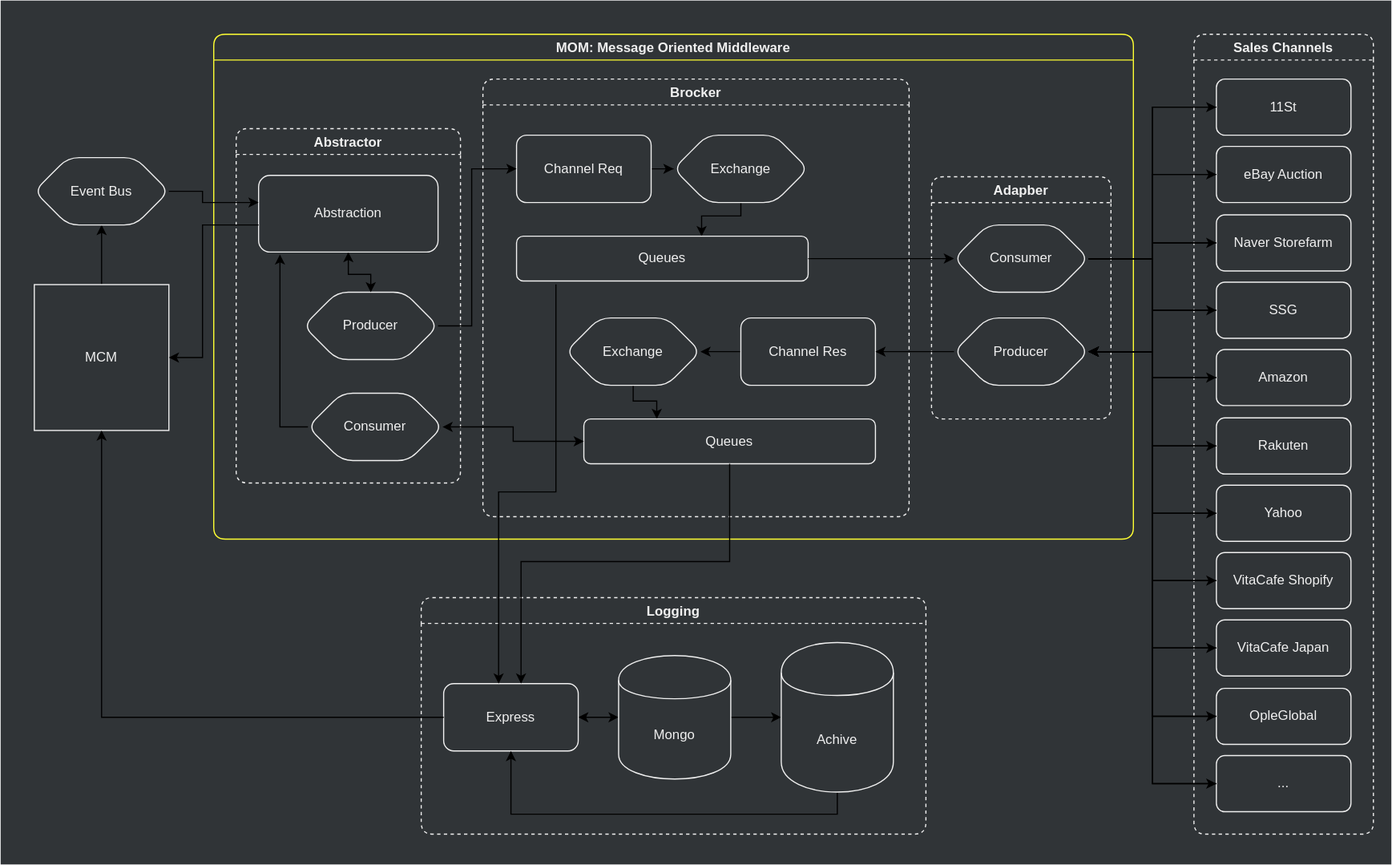
jiholee-ntwglobal/jiholee-ntwglobal.github.io keeps this draw.io diagram as assets/.draw.io/documents/mom-structure-diagram.svg. Above is the earlier version. Source tidied: cells renumbered, new cells last; positions are measured from the earlier drawing's top-left corner, leaving out a move shared by most shapes.
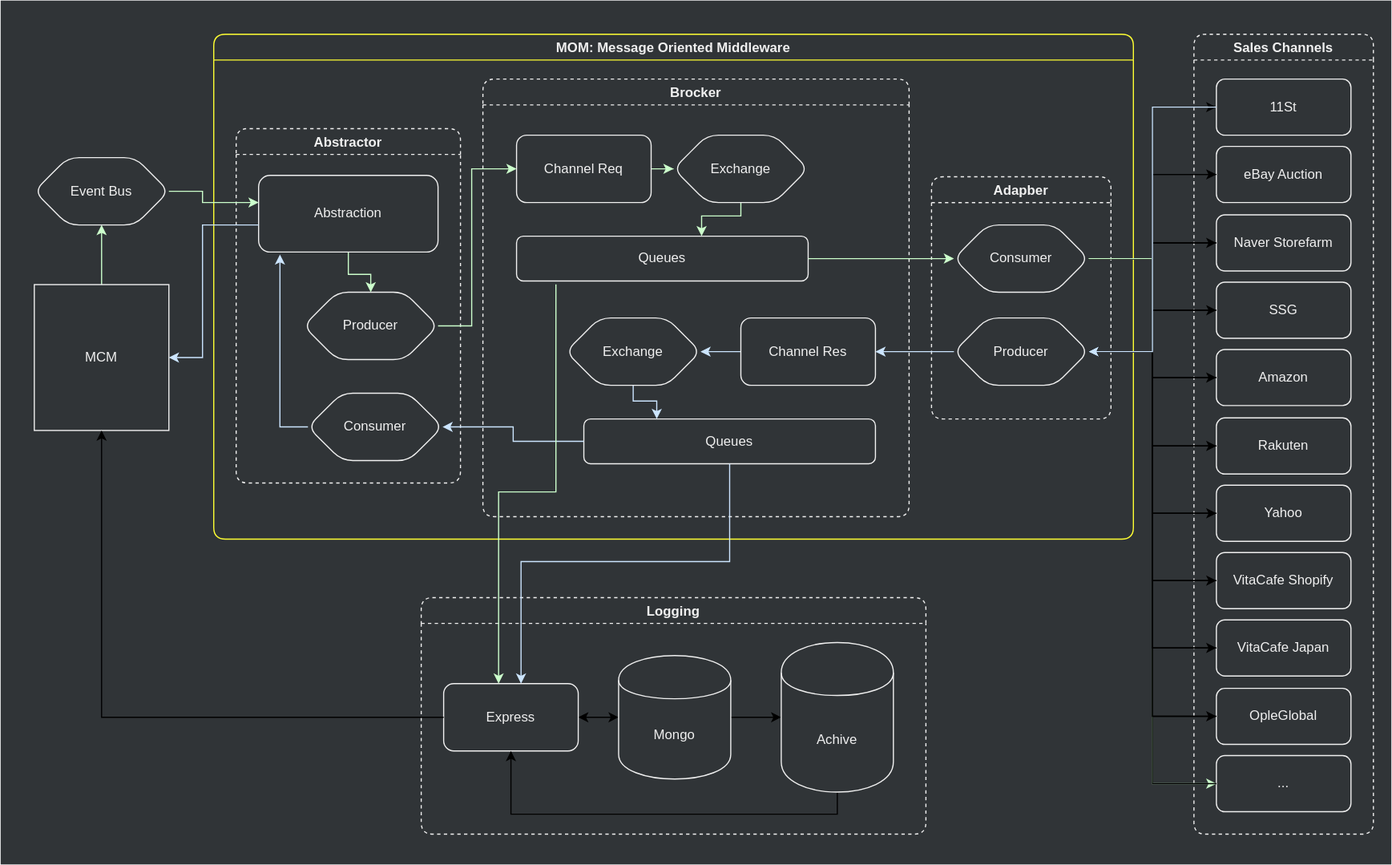
The same diagram one commit later.

Change to the diagram source:
```diff
@@ -12,7 +12,7 @@
     <mxCell id="5" value="Brocker" style="swimlane;rounded=1;fillColor=none;fontColor=#F0F0F0;strokeColor=#F0F0F0;dashed=1;" parent="4" vertex="1">
       <mxGeometry x="240" y="40" width="380" height="390" as="geometry" />
     </mxCell>
-    <mxCell id="6" style="edgeStyle=orthogonalEdgeStyle;rounded=0;jettySize=auto;html=1;startArrow=none;startFill=0;" parent="5" edge="1" source="7" target="12">
+    <mxCell id="6" style="edgeStyle=orthogonalEdgeStyle;rounded=0;jettySize=auto;html=1;startArrow=none;startFill=0;strokeColor=#CCFFCC;" parent="5" edge="1" source="7" target="12">
       <mxGeometry relative="1" as="geometry">
         <Array as="points">
           <mxPoint x="230" y="122" />
@@ -23,13 +23,13 @@
     <mxCell id="7" value="Exchange" style="shape=hexagon;perimeter=hexagonPerimeter2;whiteSpace=wrap;html=1;rounded=1;fillColor=none;fontColor=#F0F0F0;strokeColor=#F0F0F0;" parent="5" vertex="1">
       <mxGeometry x="170" y="50" width="120" height="60" as="geometry" />
     </mxCell>
-    <mxCell id="8" style="edgeStyle=orthogonalEdgeStyle;rounded=0;jettySize=auto;html=1;startArrow=none;startFill=0;" parent="5" edge="1" source="9" target="7">
+    <mxCell id="8" style="edgeStyle=orthogonalEdgeStyle;rounded=0;jettySize=auto;html=1;startArrow=none;startFill=0;strokeColor=#CCFFCC;" parent="5" edge="1" source="9" target="7">
       <mxGeometry relative="1" as="geometry" />
     </mxCell>
     <mxCell id="9" value="Channel Req" style="rounded=1;whiteSpace=wrap;html=1;fillColor=none;fontColor=#F0F0F0;strokeColor=#F0F0F0;" parent="5" vertex="1">
       <mxGeometry x="30" y="50" width="120" height="60" as="geometry" />
     </mxCell>
-    <mxCell id="10" style="edgeStyle=orthogonalEdgeStyle;rounded=0;jettySize=auto;html=1;entryX=1;entryY=0.5;entryDx=0;entryDy=0;startArrow=none;startFill=0;" parent="5" edge="1" source="11" target="14">
+    <mxCell id="10" style="edgeStyle=orthogonalEdgeStyle;rounded=0;jettySize=auto;html=1;entryX=1;entryY=0.5;entryDx=0;entryDy=0;startArrow=none;startFill=0;strokeColor=#CCE5FF;" parent="5" edge="1" source="11" target="14">
       <mxGeometry relative="1" as="geometry" />
     </mxCell>
     <mxCell id="11" value="Channel Res" style="rounded=1;whiteSpace=wrap;html=1;fillColor=none;fontColor=#F0F0F0;strokeColor=#F0F0F0;" parent="5" vertex="1">
@@ -38,7 +38,7 @@
     <mxCell id="12" value="Queues" style="rounded=1;whiteSpace=wrap;html=1;fillColor=none;fontColor=#F0F0F0;strokeColor=#F0F0F0;" parent="5" vertex="1">
       <mxGeometry x="30" y="140" width="260" height="40" as="geometry" />
     </mxCell>
-    <mxCell id="13" style="edgeStyle=orthogonalEdgeStyle;rounded=0;jettySize=auto;html=1;entryX=0.25;entryY=0;entryDx=0;entryDy=0;startArrow=none;startFill=0;" parent="5" edge="1" source="14" target="15">
+    <mxCell id="13" style="edgeStyle=orthogonalEdgeStyle;rounded=0;jettySize=auto;html=1;entryX=0.25;entryY=0;entryDx=0;entryDy=0;startArrow=none;startFill=0;strokeColor=#CCE5FF;" parent="5" edge="1" source="14" target="15">
       <mxGeometry relative="1" as="geometry">
         <Array as="points">
           <mxPoint x="134" y="287" />
@@ -58,13 +58,13 @@
     <mxCell id="17" value="Producer" style="shape=hexagon;perimeter=hexagonPerimeter2;whiteSpace=wrap;html=1;rounded=1;fillColor=none;fontColor=#F0F0F0;strokeColor=#F0F0F0;" parent="16" vertex="1">
       <mxGeometry x="60" y="145.8" width="120" height="60" as="geometry" />
     </mxCell>
-    <mxCell id="18" style="edgeStyle=orthogonalEdgeStyle;rounded=0;jettySize=auto;html=1;entryX=0.5;entryY=0;entryDx=0;entryDy=0;startArrow=classic;startFill=1;" parent="16" edge="1" source="19" target="17">
+    <mxCell id="18" style="edgeStyle=orthogonalEdgeStyle;rounded=0;jettySize=auto;html=1;entryX=0.5;entryY=0;entryDx=0;entryDy=0;startArrow=none;startFill=0;strokeColor=#CCFFCC;" parent="16" edge="1" source="19" target="17">
       <mxGeometry relative="1" as="geometry" />
     </mxCell>
     <mxCell id="19" value="Abstraction" style="rounded=1;whiteSpace=wrap;html=1;fillColor=none;fontColor=#F0F0F0;strokeColor=#F0F0F0;" parent="16" vertex="1">
       <mxGeometry x="20" y="41.7" width="160" height="68.3" as="geometry" />
     </mxCell>
-    <mxCell id="20" style="edgeStyle=orthogonalEdgeStyle;rounded=0;jettySize=auto;html=1;entryX=0.119;entryY=1.031;entryDx=0;entryDy=0;entryPerimeter=0;startArrow=none;startFill=0;exitX=0;exitY=0.5;exitDx=0;exitDy=0;" parent="16" edge="1" source="21" target="19">
+    <mxCell id="20" style="edgeStyle=orthogonalEdgeStyle;rounded=0;jettySize=auto;html=1;entryX=0.119;entryY=1.031;entryDx=0;entryDy=0;entryPerimeter=0;startArrow=none;startFill=0;exitX=0;exitY=0.5;exitDx=0;exitDy=0;strokeColor=#CCE5FF;" parent="16" edge="1" source="21" target="19">
       <mxGeometry relative="1" as="geometry" />
     </mxCell>
     <mxCell id="21" value="Consumer" style="shape=hexagon;perimeter=hexagonPerimeter2;whiteSpace=wrap;html=1;rounded=1;fillColor=none;fontColor=#F0F0F0;strokeColor=#F0F0F0;" parent="16" vertex="1">
@@ -79,7 +79,7 @@
     <mxCell id="24" value="Consumer" style="shape=hexagon;perimeter=hexagonPerimeter2;whiteSpace=wrap;html=1;rounded=1;fillColor=none;fontColor=#F0F0F0;strokeColor=#F0F0F0;" parent="22" vertex="1">
       <mxGeometry x="20" y="42.9" width="120" height="60" as="geometry" />
     </mxCell>
-    <mxCell id="25" style="edgeStyle=orthogonalEdgeStyle;rounded=0;jettySize=auto;html=1;entryX=0;entryY=0.5;entryDx=0;entryDy=0;startArrow=none;startFill=0;" parent="4" edge="1" source="17" target="9">
+    <mxCell id="25" style="edgeStyle=orthogonalEdgeStyle;rounded=0;jettySize=auto;html=1;entryX=0;entryY=0.5;entryDx=0;entryDy=0;startArrow=none;startFill=0;strokeColor=#CCFFCC;" parent="4" edge="1" source="17" target="9">
       <mxGeometry relative="1" as="geometry">
         <Array as="points">
           <mxPoint x="230" y="260" />
@@ -87,13 +87,13 @@
         </Array>
       </mxGeometry>
     </mxCell>
-    <mxCell id="26" style="edgeStyle=orthogonalEdgeStyle;rounded=0;jettySize=auto;html=1;entryX=0;entryY=0.5;entryDx=0;entryDy=0;startArrow=none;startFill=0;" parent="4" edge="1" source="12" target="24">
+    <mxCell id="26" style="edgeStyle=orthogonalEdgeStyle;rounded=0;jettySize=auto;html=1;entryX=0;entryY=0.5;entryDx=0;entryDy=0;startArrow=none;startFill=0;strokeColor=#CCFFCC;" parent="4" edge="1" source="12" target="24">
       <mxGeometry relative="1" as="geometry" />
     </mxCell>
-    <mxCell id="27" style="edgeStyle=orthogonalEdgeStyle;rounded=0;jettySize=auto;html=1;entryX=1;entryY=0.5;entryDx=0;entryDy=0;startArrow=none;startFill=0;" parent="4" edge="1" source="23" target="11">
+    <mxCell id="27" style="edgeStyle=orthogonalEdgeStyle;rounded=0;jettySize=auto;html=1;entryX=1;entryY=0.5;entryDx=0;entryDy=0;startArrow=none;startFill=0;strokeColor=#CCE5FF;" parent="4" edge="1" source="23" target="11">
       <mxGeometry relative="1" as="geometry" />
     </mxCell>
-    <mxCell id="28" style="edgeStyle=orthogonalEdgeStyle;rounded=0;jettySize=auto;html=1;entryX=1;entryY=0.5;entryDx=0;entryDy=0;startArrow=classic;startFill=1;" parent="4" edge="1" source="15" target="21">
+    <mxCell id="28" style="edgeStyle=orthogonalEdgeStyle;rounded=0;jettySize=auto;html=1;entryX=1;entryY=0.5;entryDx=0;entryDy=0;startArrow=none;startFill=0;strokeColor=#CCE5FF;" parent="4" edge="1" source="15" target="21">
       <mxGeometry relative="1" as="geometry" />
     </mxCell>
     <mxCell id="29" value="Logging" style="swimlane;rounded=1;fillColor=none;fontColor=#F0F0F0;strokeColor=#F0F0F0;dashed=1;" parent="3" vertex="1">
@@ -122,13 +122,13 @@
     <mxCell id="35" value="Achive" style="shape=cylinder;whiteSpace=wrap;html=1;boundedLbl=1;backgroundOutline=1;fillColor=none;fontColor=#F0F0F0;strokeColor=#F0F0F0;" parent="29" vertex="1">
       <mxGeometry x="321" y="40" width="100" height="133.3" as="geometry" />
     </mxCell>
-    <mxCell id="36" style="edgeStyle=orthogonalEdgeStyle;rounded=0;jettySize=auto;html=1;startArrow=none;startFill=0;exitX=0.5;exitY=0;exitDx=0;exitDy=0;" parent="3" edge="1" source="37" target="39">
+    <mxCell id="36" style="edgeStyle=orthogonalEdgeStyle;rounded=0;jettySize=auto;html=1;startArrow=none;startFill=0;exitX=0.5;exitY=0;exitDx=0;exitDy=0;strokeColor=#CCFFCC;" parent="3" edge="1" source="37" target="39">
       <mxGeometry relative="1" as="geometry" />
     </mxCell>
     <mxCell id="37" value="MCM" style="rounded=0;whiteSpace=wrap;html=1;fillColor=none;fontColor=#F0F0F0;strokeColor=#F0F0F0;" parent="3" vertex="1">
       <mxGeometry x="30" y="253.2" width="120" height="130" as="geometry" />
     </mxCell>
-    <mxCell id="38" style="edgeStyle=orthogonalEdgeStyle;rounded=0;jettySize=auto;html=1;startArrow=none;startFill=0;" parent="3" edge="1" source="39" target="19">
+    <mxCell id="38" style="edgeStyle=orthogonalEdgeStyle;rounded=0;jettySize=auto;html=1;startArrow=none;startFill=0;strokeColor=#CCFFCC;" parent="3" edge="1" source="39" target="19">
       <mxGeometry relative="1" as="geometry">
         <Array as="points">
           <mxPoint x="180" y="170" />
@@ -175,7 +175,7 @@
     <mxCell id="51" value="..." style="rounded=1;whiteSpace=wrap;html=1;fillColor=none;fontColor=#F0F0F0;strokeColor=#F0F0F0;" parent="40" vertex="1">
       <mxGeometry x="20" y="643" width="120" height="50" as="geometry" />
     </mxCell>
-    <mxCell id="52" style="edgeStyle=orthogonalEdgeStyle;rounded=0;jettySize=auto;html=1;exitX=0.135;exitY=1.075;exitDx=0;exitDy=0;exitPerimeter=0;" parent="3" edge="1" source="12" target="31">
+    <mxCell id="52" style="edgeStyle=orthogonalEdgeStyle;rounded=0;jettySize=auto;html=1;exitX=0.135;exitY=1.075;exitDx=0;exitDy=0;exitPerimeter=0;strokeColor=#CCFFCC;" parent="3" edge="1" source="12" target="31">
       <mxGeometry relative="1" as="geometry">
         <Array as="points">
           <mxPoint x="495" y="438" />
@@ -183,7 +183,7 @@
         </Array>
       </mxGeometry>
     </mxCell>
-    <mxCell id="53" style="edgeStyle=orthogonalEdgeStyle;rounded=0;jettySize=auto;html=1;" parent="3" edge="1" source="15" target="31">
+    <mxCell id="53" style="edgeStyle=orthogonalEdgeStyle;rounded=0;jettySize=auto;html=1;strokeColor=#CCE5FF;" parent="3" edge="1" source="15" target="31">
       <mxGeometry relative="1" as="geometry">
         <Array as="points">
           <mxPoint x="650" y="500" />
@@ -221,7 +221,7 @@
     <mxCell id="63" style="edgeStyle=orthogonalEdgeStyle;rounded=0;jettySize=auto;html=1;entryX=0;entryY=0.5;entryDx=0;entryDy=0;startArrow=none;startFill=0;" parent="3" edge="1" source="24" target="50">
       <mxGeometry relative="1" as="geometry" />
     </mxCell>
-    <mxCell id="64" style="edgeStyle=orthogonalEdgeStyle;rounded=0;jettySize=auto;html=1;entryX=0;entryY=0.5;entryDx=0;entryDy=0;startArrow=none;startFill=0;" parent="3" edge="1" source="24" target="51">
+    <mxCell id="64" style="edgeStyle=orthogonalEdgeStyle;rounded=0;jettySize=auto;html=1;entryX=0;entryY=0.5;entryDx=0;entryDy=0;startArrow=none;startFill=0;strokeColor=#CCFFCC;" parent="3" edge="1" source="24" target="51">
       <mxGeometry relative="1" as="geometry" />
     </mxCell>
     <mxCell id="65" style="edgeStyle=orthogonalEdgeStyle;rounded=0;jettySize=auto;html=1;entryX=1;entryY=0.5;entryDx=0;entryDy=0;startArrow=none;startFill=0;" parent="3" edge="1" source="51" target="23">
@@ -254,10 +254,10 @@
     <mxCell id="74" style="edgeStyle=orthogonalEdgeStyle;rounded=0;jettySize=auto;html=1;entryX=1;entryY=0.5;entryDx=0;entryDy=0;startArrow=none;startFill=0;" parent="3" edge="1" source="41" target="23">
       <mxGeometry relative="1" as="geometry" />
     </mxCell>
-    <mxCell id="75" style="edgeStyle=orthogonalEdgeStyle;rounded=0;jettySize=auto;html=1;entryX=1;entryY=0.5;entryDx=0;entryDy=0;startArrow=none;startFill=0;" parent="3" edge="1" source="42" target="23">
+    <mxCell id="75" style="edgeStyle=orthogonalEdgeStyle;rounded=0;jettySize=auto;html=1;entryX=1;entryY=0.5;entryDx=0;entryDy=0;startArrow=none;startFill=0;strokeColor=#CCE5FF;" parent="3" edge="1" source="42" target="23">
       <mxGeometry relative="1" as="geometry" />
     </mxCell>
-    <mxCell id="76" style="edgeStyle=orthogonalEdgeStyle;rounded=0;jettySize=auto;html=1;entryX=1;entryY=0.5;entryDx=0;entryDy=0;startArrow=none;startFill=0;" parent="3" edge="1" source="19" target="37">
+    <mxCell id="76" style="edgeStyle=orthogonalEdgeStyle;rounded=0;jettySize=auto;html=1;entryX=1;entryY=0.5;entryDx=0;entryDy=0;startArrow=none;startFill=0;strokeColor=#CCE5FF;" parent="3" edge="1" source="19" target="37">
       <mxGeometry relative="1" as="geometry">
         <Array as="points">
           <mxPoint x="180" y="200" />
```
